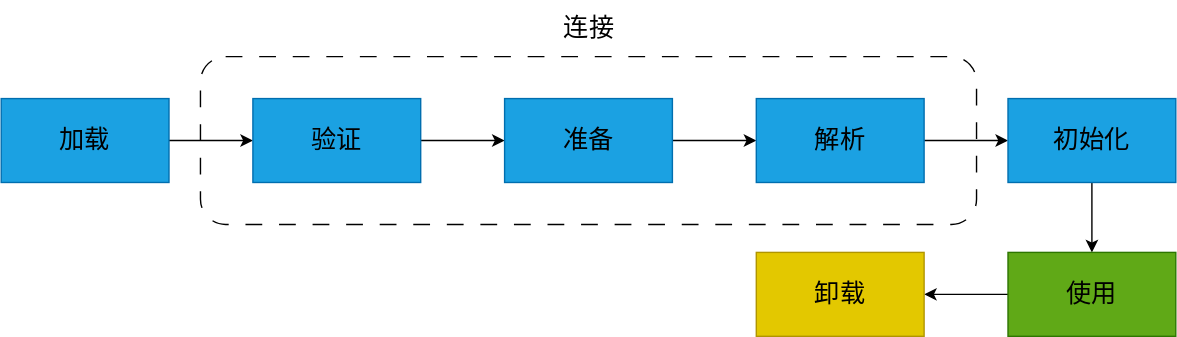
Before: assets/drawio/jvm类加载过程.svg, a diagram exported from draw.io (zhanjixun/zhanjixun.github.io). Source tidied: cells renumbered, new cells last; positions are measured from the earlier drawing's top-left corner, leaving out a move shared by most shapes.
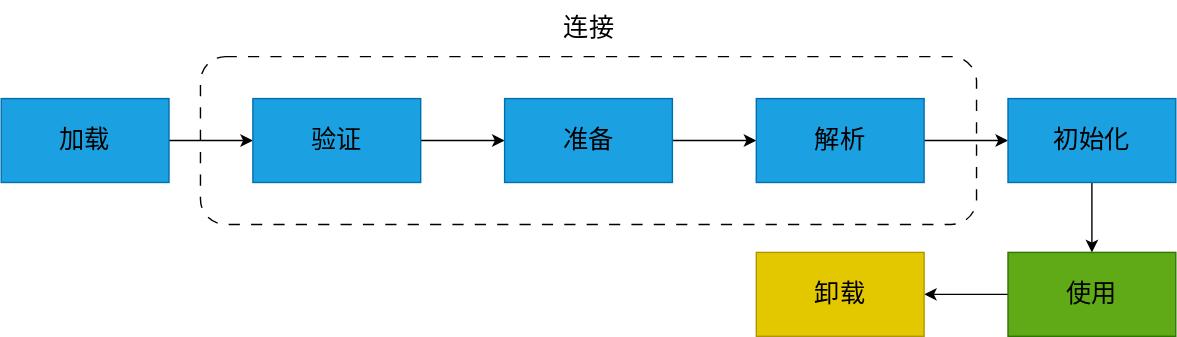
The same diagram one commit later.

The edit, as a diff of the source:
```diff
@@ -2,7 +2,7 @@
   <root>
     <mxCell id="0" />
     <mxCell id="1" parent="0" />
-    <mxCell id="2" style="rounded=1;whiteSpace=wrap;html=1;fillColor=none;dashed=1;fontSize=18;fontColor=#000000;glass=0;shadow=0;dashPattern=12 12;" parent="1" vertex="1">
+    <mxCell id="2" style="rounded=1;whiteSpace=wrap;html=1;fillColor=none;dashed=1;fontSize=18;fontColor=#000000;glass=0;shadow=0;dashPattern=8 8;" parent="1" vertex="1">
       <mxGeometry x="142.5" y="40" width="555" height="120" as="geometry" />
     </mxCell>
     <mxCell id="3" style="edgeStyle=orthogonalEdgeStyle;rounded=0;jettySize=auto;html=1;exitX=1;exitY=0.5;exitDx=0;exitDy=0;entryX=0;entryY=0.5;entryDx=0;entryDy=0;fontSize=18;fontColor=#000000;" parent="1" edge="1" source="4" target="6">
```
